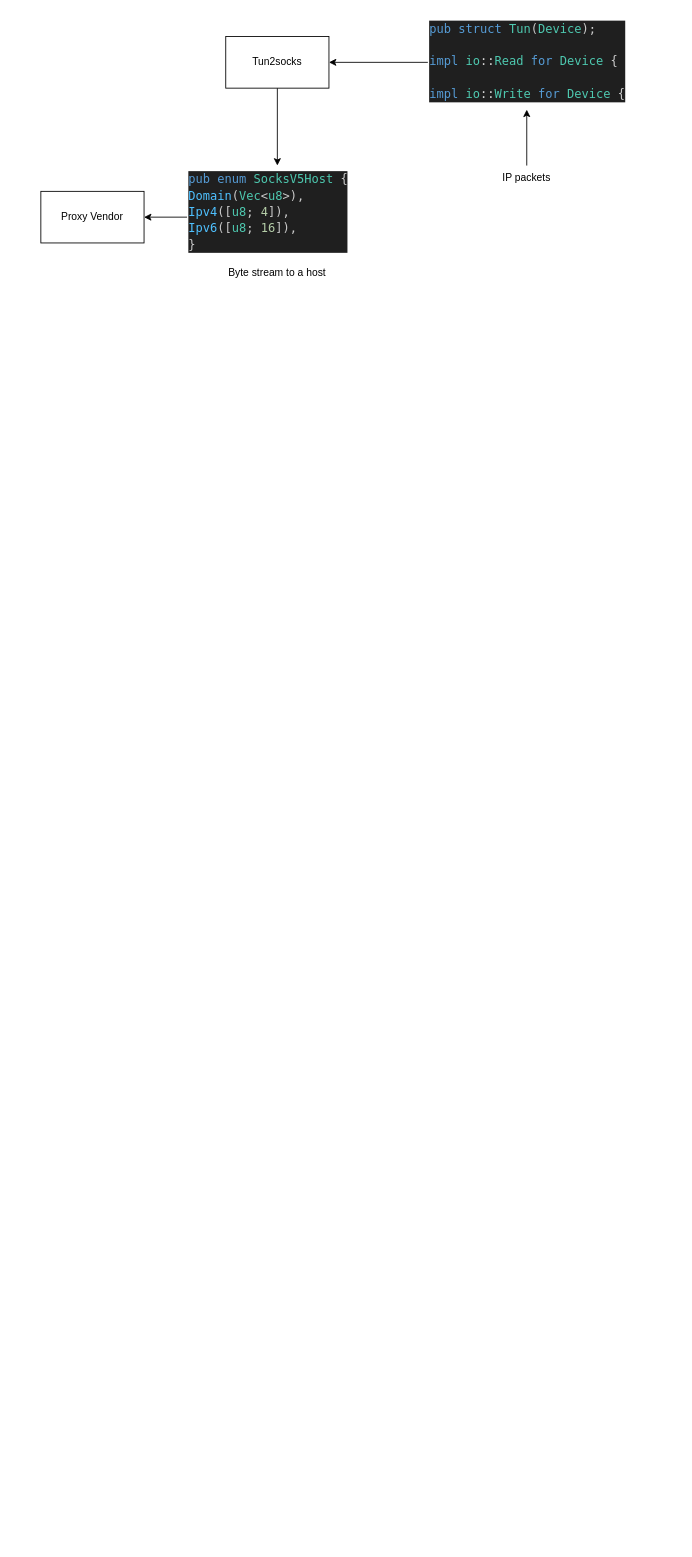
Earlier version of the draw.io diagram notes/net.drawio (planetoryd/netns-proxy). Source tidied: cells renumbered, new cells numbered last; positions are measured from the earlier drawing's top-left corner, leaving out a move shared by most shapes. Both pictures are drawn from the tidied source at 86%, with x=0, y=0 at pixel (40, 15).
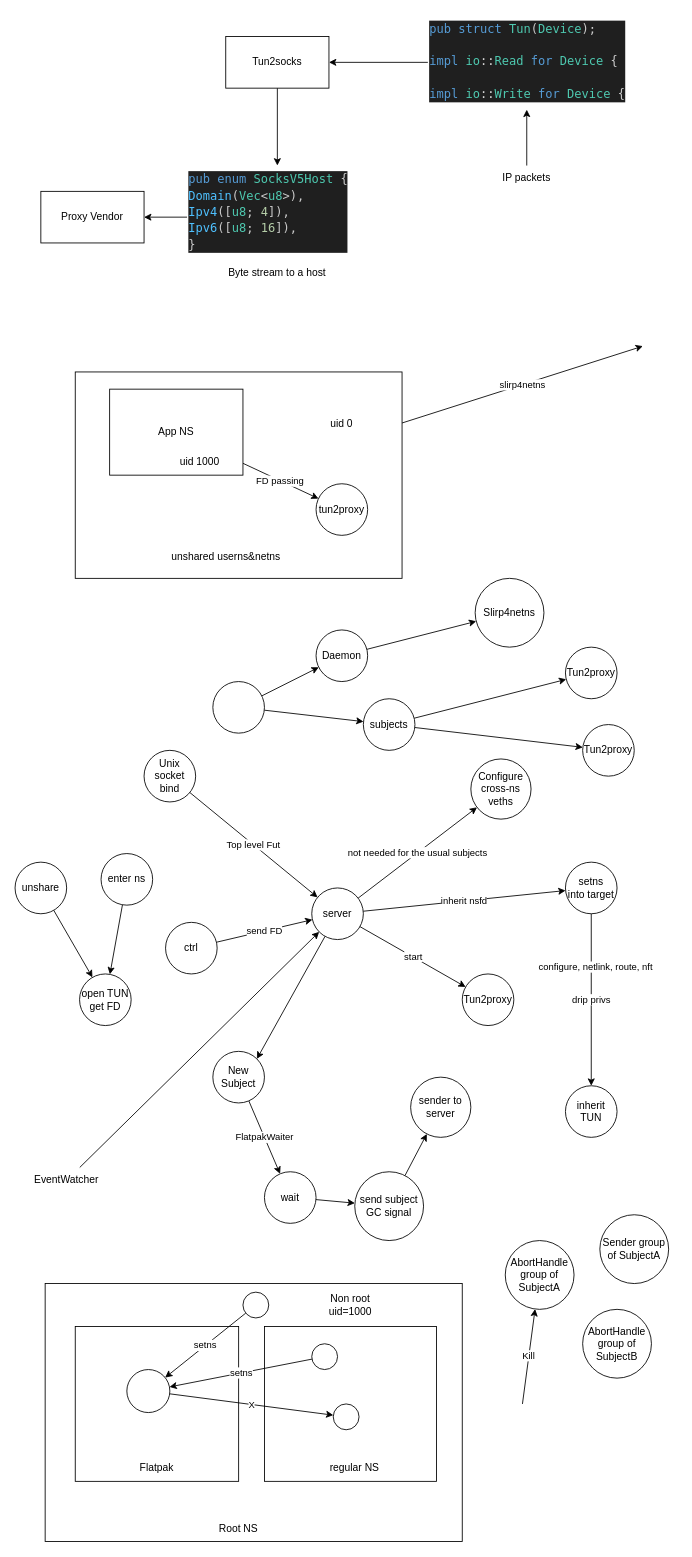
The same page after the edit.

Change to the diagram source:
```diff
@@
+    <mxCell id="13" value="slirp4netns" style="edgeStyle=none;html=1;" parent="1" edge="1" source="14">
+      <mxGeometry relative="1" as="geometry">
+        <mxPoint x="700" y="385" as="targetPoint" />
+      </mxGeometry>
+    </mxCell>
+    <mxCell id="14" style="rounded=0;whiteSpace=wrap;html=1;" parent="1" vertex="1">
+      <mxGeometry x="40" y="415" width="380" height="240" as="geometry" />
+    </mxCell>
+    <mxCell id="15" value="unshared userns&amp;amp;netns" style="text;html=1;align=center;verticalAlign=middle;strokeColor=none;fillColor=none;" parent="1" vertex="1">
+      <mxGeometry x="140" y="615" width="150" height="30" as="geometry" />
+    </mxCell>
+    <mxCell id="16" value="tun2proxy" style="ellipse;whiteSpace=wrap;html=1;" parent="1" vertex="1">
+      <mxGeometry x="320" y="545" width="60" height="60" as="geometry" />
+    </mxCell>
+    <mxCell id="17" value="FD passing" style="edgeStyle=none;html=1;" parent="1" edge="1" source="18" target="16">
+      <mxGeometry relative="1" as="geometry" />
+    </mxCell>
+    <mxCell id="18" value="App NS" style="rounded=0;whiteSpace=wrap;html=1;" parent="1" vertex="1">
+      <mxGeometry x="80" y="435" width="155" height="100" as="geometry" />
+    </mxCell>
+    <mxCell id="19" value="uid 0" style="text;html=1;strokeColor=none;fillColor=none;align=center;verticalAlign=middle;whiteSpace=wrap;rounded=0;" parent="1" vertex="1">
+      <mxGeometry x="320" y="460" width="60" height="30" as="geometry" />
+    </mxCell>
+    <mxCell id="20" value="uid 1000" style="text;html=1;strokeColor=none;fillColor=none;align=center;verticalAlign=middle;whiteSpace=wrap;rounded=0;" parent="1" vertex="1">
+      <mxGeometry x="155" y="505" width="60" height="30" as="geometry" />
+    </mxCell>
+    <mxCell id="21" style="edgeStyle=none;html=1;" parent="1" edge="1" source="23" target="25">
+      <mxGeometry relative="1" as="geometry" />
+    </mxCell>
+    <mxCell id="22" style="edgeStyle=none;html=1;" parent="1" edge="1" source="23" target="29">
+      <mxGeometry relative="1" as="geometry" />
+    </mxCell>
+    <mxCell id="23" style="ellipse;whiteSpace=wrap;html=1;" parent="1" vertex="1">
+      <mxGeometry x="200" y="775" width="60" height="60" as="geometry" />
+    </mxCell>
+    <mxCell id="24" style="edgeStyle=none;html=1;" parent="1" edge="1" source="25" target="26">
+      <mxGeometry relative="1" as="geometry" />
+    </mxCell>
+    <mxCell id="25" value="Daemon" style="ellipse;whiteSpace=wrap;html=1;" parent="1" vertex="1">
+      <mxGeometry x="320" y="715" width="60" height="60" as="geometry" />
+    </mxCell>
+    <mxCell id="26" value="Slirp4netns" style="ellipse;whiteSpace=wrap;html=1;" parent="1" vertex="1">
+      <mxGeometry x="505" y="655" width="80" height="80" as="geometry" />
+    </mxCell>
+    <mxCell id="27" style="edgeStyle=none;html=1;" parent="1" edge="1" source="29" target="30">
+      <mxGeometry relative="1" as="geometry" />
+    </mxCell>
+    <mxCell id="28" style="edgeStyle=none;html=1;" parent="1" edge="1" source="29" target="31">
+      <mxGeometry relative="1" as="geometry" />
+    </mxCell>
+    <mxCell id="29" value="subjects" style="ellipse;whiteSpace=wrap;html=1;" parent="1" vertex="1">
+      <mxGeometry x="375" y="795" width="60" height="60" as="geometry" />
+    </mxCell>
+    <mxCell id="30" value="Tun2proxy" style="ellipse;whiteSpace=wrap;html=1;" parent="1" vertex="1">
+      <mxGeometry x="610" y="735" width="60" height="60" as="geometry" />
+    </mxCell>
+    <mxCell id="31" value="Tun2proxy" style="ellipse;whiteSpace=wrap;html=1;" parent="1" vertex="1">
+      <mxGeometry x="630" y="825" width="60" height="60" as="geometry" />
+    </mxCell>
+    <mxCell id="32" value="send FD" style="edgeStyle=none;html=1;" parent="1" edge="1" source="33" target="38">
+      <mxGeometry relative="1" as="geometry" />
+    </mxCell>
+    <mxCell id="33" value="ctrl" style="ellipse;whiteSpace=wrap;html=1;" parent="1" vertex="1">
+      <mxGeometry x="145" y="1055" width="60" height="60" as="geometry" />
+    </mxCell>
+    <mxCell id="34" value="start" style="edgeStyle=none;html=1;" parent="1" edge="1" source="38" target="44">
+      <mxGeometry relative="1" as="geometry" />
+    </mxCell>
+    <mxCell id="35" value="inherit nsfd" style="edgeStyle=none;html=1;" parent="1" edge="1" source="38" target="47">
+      <mxGeometry relative="1" as="geometry" />
+    </mxCell>
+    <mxCell id="36" style="edgeStyle=none;html=1;entryX=1;entryY=0;entryDx=0;entryDy=0;" parent="1" edge="1" source="38" target="76">
+      <mxGeometry relative="1" as="geometry" />
+    </mxCell>
+    <mxCell id="37" value="not needed for the usual subjects" style="edgeStyle=none;html=1;" parent="1" edge="1" source="38" target="77">
+      <mxGeometry relative="1" as="geometry" />
+    </mxCell>
+    <mxCell id="38" value="server" style="ellipse;whiteSpace=wrap;html=1;" parent="1" vertex="1">
+      <mxGeometry x="315" y="1015" width="60" height="60" as="geometry" />
+    </mxCell>
+    <mxCell id="39" style="edgeStyle=none;html=1;" parent="1" edge="1" source="40" target="41">
+      <mxGeometry relative="1" as="geometry" />
+    </mxCell>
+    <mxCell id="40" value="enter ns" style="ellipse;whiteSpace=wrap;html=1;" parent="1" vertex="1">
+      <mxGeometry x="70" y="975" width="60" height="60" as="geometry" />
+    </mxCell>
+    <mxCell id="41" value="open TUN&lt;br&gt;get FD" style="ellipse;whiteSpace=wrap;html=1;" parent="1" vertex="1">
+      <mxGeometry x="45" y="1115" width="60" height="60" as="geometry" />
+    </mxCell>
+    <mxCell id="42" style="edgeStyle=none;html=1;" parent="1" edge="1" source="43" target="41">
+      <mxGeometry relative="1" as="geometry" />
+    </mxCell>
+    <mxCell id="43" value="unshare" style="ellipse;whiteSpace=wrap;html=1;" parent="1" vertex="1">
+      <mxGeometry x="-30" y="985" width="60" height="60" as="geometry" />
+    </mxCell>
+    <mxCell id="44" value="Tun2proxy" style="ellipse;whiteSpace=wrap;html=1;" parent="1" vertex="1">
+      <mxGeometry x="490" y="1115" width="60" height="60" as="geometry" />
+    </mxCell>
+    <mxCell id="45" value="drip privs" style="edgeStyle=none;html=1;" parent="1" edge="1" source="47" target="48">
+      <mxGeometry relative="1" as="geometry" />
+    </mxCell>
+    <mxCell id="46" value="configure, netlink, route, nft" style="edgeLabel;html=1;align=center;verticalAlign=middle;" parent="45" vertex="1">
+      <mxGeometry x="-0.39" y="4" relative="1" as="geometry" />
+    </mxCell>
+    <mxCell id="47" value="setns&lt;br&gt;into target" style="ellipse;whiteSpace=wrap;html=1;" parent="1" vertex="1">
+      <mxGeometry x="610" y="985" width="60" height="60" as="geometry" />
+    </mxCell>
+    <mxCell id="48" value="inherit TUN" style="ellipse;whiteSpace=wrap;html=1;" parent="1" vertex="1">
+      <mxGeometry x="610" y="1245" width="60" height="60" as="geometry" />
+    </mxCell>
+    <mxCell id="49" style="edgeStyle=none;html=1;" parent="1" edge="1" source="50" target="38">
+      <mxGeometry relative="1" as="geometry" />
+    </mxCell>
+    <mxCell id="50" value="EventWatcher" style="text;html=1;strokeColor=none;fillColor=none;align=center;verticalAlign=middle;whiteSpace=wrap;rounded=0;" parent="1" vertex="1">
+      <mxGeometry y="1340" width="60" height="30" as="geometry" />
+    </mxCell>
+    <mxCell id="51" style="edgeStyle=none;html=1;" parent="1" edge="1" source="52" target="54">
+      <mxGeometry relative="1" as="geometry" />
+    </mxCell>
+    <mxCell id="52" value="wait" style="ellipse;whiteSpace=wrap;html=1;" parent="1" vertex="1">
+      <mxGeometry x="260" y="1345" width="60" height="60" as="geometry" />
+    </mxCell>
+    <mxCell id="53" style="edgeStyle=none;html=1;" parent="1" edge="1" source="54" target="69">
+      <mxGeometry relative="1" as="geometry" />
+    </mxCell>
+    <mxCell id="54" value="send subject GC signal" style="ellipse;whiteSpace=wrap;html=1;" parent="1" vertex="1">
+      <mxGeometry x="365" y="1345" width="80" height="80" as="geometry" />
+    </mxCell>
+    <mxCell id="55" style="rounded=0;whiteSpace=wrap;html=1;" parent="1" vertex="1">
+      <mxGeometry x="5" y="1475" width="485" height="300" as="geometry" />
+    </mxCell>
+    <mxCell id="56" value="Root NS" style="text;html=1;strokeColor=none;fillColor=none;align=center;verticalAlign=middle;whiteSpace=wrap;rounded=0;" parent="1" vertex="1">
+      <mxGeometry x="200" y="1745" width="60" height="30" as="geometry" />
+    </mxCell>
+    <mxCell id="57" style="rounded=0;whiteSpace=wrap;html=1;" parent="1" vertex="1">
+      <mxGeometry x="40" y="1525" width="190" height="180" as="geometry" />
+    </mxCell>
+    <mxCell id="58" style="rounded=0;whiteSpace=wrap;html=1;" parent="1" vertex="1">
+      <mxGeometry x="260" y="1525" width="200" height="180" as="geometry" />
+    </mxCell>
+    <mxCell id="59" value="Flatpak" style="text;html=1;strokeColor=none;fillColor=none;align=center;verticalAlign=middle;whiteSpace=wrap;rounded=0;" parent="1" vertex="1">
+      <mxGeometry x="105" y="1675" width="60" height="30" as="geometry" />
+    </mxCell>
+    <mxCell id="60" value="setns" style="edgeStyle=none;html=1;" parent="1" edge="1" source="61" target="63">
+      <mxGeometry relative="1" as="geometry" />
+    </mxCell>
+    <mxCell id="61" style="ellipse;whiteSpace=wrap;html=1;" parent="1" vertex="1">
+      <mxGeometry x="315" y="1545" width="30" height="30" as="geometry" />
+    </mxCell>
+    <mxCell id="62" value="X" style="edgeStyle=none;html=1;" parent="1" edge="1" source="63" target="65">
+      <mxGeometry relative="1" as="geometry" />
+    </mxCell>
+    <mxCell id="63" style="ellipse;whiteSpace=wrap;html=1;" parent="1" vertex="1">
+      <mxGeometry x="100" y="1575" width="50" height="50" as="geometry" />
+    </mxCell>
+    <mxCell id="64" value="regular NS" style="text;html=1;strokeColor=none;fillColor=none;align=center;verticalAlign=middle;whiteSpace=wrap;rounded=0;" parent="1" vertex="1">
+      <mxGeometry x="325" y="1675" width="80" height="30" as="geometry" />
+    </mxCell>
+    <mxCell id="65" style="ellipse;whiteSpace=wrap;html=1;" parent="1" vertex="1">
+      <mxGeometry x="340" y="1615" width="30" height="30" as="geometry" />
+    </mxCell>
+    <mxCell id="66" value="setns" style="edgeStyle=none;html=1;" parent="1" edge="1" source="67" target="63">
+      <mxGeometry relative="1" as="geometry" />
+    </mxCell>
+    <mxCell id="67" style="ellipse;whiteSpace=wrap;html=1;" parent="1" vertex="1">
+      <mxGeometry x="235" y="1485" width="30" height="30" as="geometry" />
+    </mxCell>
+    <mxCell id="68" value="Non root uid=1000" style="text;html=1;strokeColor=none;fillColor=none;align=center;verticalAlign=middle;whiteSpace=wrap;rounded=0;" parent="1" vertex="1">
+      <mxGeometry x="330" y="1485" width="60" height="30" as="geometry" />
+    </mxCell>
+    <mxCell id="69" value="sender to server" style="ellipse;whiteSpace=wrap;html=1;" parent="1" vertex="1">
+      <mxGeometry x="430" y="1235" width="70" height="70" as="geometry" />
+    </mxCell>
+    <mxCell id="70" value="AbortHandle group of SubjectA" style="ellipse;whiteSpace=wrap;html=1;" parent="1" vertex="1">
+      <mxGeometry x="540" y="1425" width="80" height="80" as="geometry" />
+    </mxCell>
+    <mxCell id="71" value="AbortHandle group of SubjectB" style="ellipse;whiteSpace=wrap;html=1;" parent="1" vertex="1">
+      <mxGeometry x="630" y="1505" width="80" height="80" as="geometry" />
+    </mxCell>
+    <mxCell id="72" value="Kill" style="endArrow=classic;html=1;" parent="1" edge="1" target="70">
+      <mxGeometry relative="1" as="geometry">
+        <mxPoint x="560" y="1615" as="sourcePoint" />
+      </mxGeometry>
+    </mxCell>
+    <mxCell id="73" value="Sender&amp;nbsp;group of SubjectA" style="ellipse;whiteSpace=wrap;html=1;" parent="1" vertex="1">
+      <mxGeometry x="650" y="1395" width="80" height="80" as="geometry" />
+    </mxCell>
+    <mxCell id="74" value="Top level Fut" style="endArrow=classic;html=1;" parent="1" edge="1" source="78" target="38">
+      <mxGeometry relative="1" as="geometry" />
+    </mxCell>
+    <mxCell id="75" value="FlatpakWaiter" style="edgeStyle=none;html=1;" parent="1" edge="1" source="76" target="52">
+      <mxGeometry relative="1" as="geometry" />
+    </mxCell>
+    <mxCell id="76" value="New Subject" style="ellipse;whiteSpace=wrap;html=1;" parent="1" vertex="1">
+      <mxGeometry x="200" y="1205" width="60" height="60" as="geometry" />
+    </mxCell>
+    <mxCell id="77" value="Configure&lt;br&gt;cross-ns veths" style="ellipse;whiteSpace=wrap;html=1;" parent="1" vertex="1">
+      <mxGeometry x="500" y="865" width="70" height="70" as="geometry" />
+    </mxCell>
+    <mxCell id="78" value="Unix socket bind" style="ellipse;whiteSpace=wrap;html=1;" parent="1" vertex="1">
+      <mxGeometry x="120" y="855" width="60" height="60" as="geometry" />
+    </mxCell>
```
